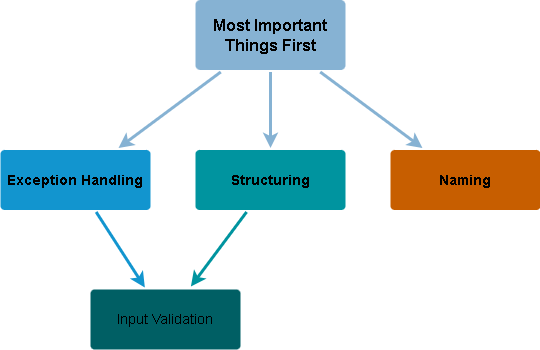
tbeckenhauer/tbeckenhauer.github.io keeps this draw.io diagram as _posts/_general_advice/most-important-things-first.png. Above is the earlier version. Source tidied: cells renumbered, new cells last; positions are measured from the earlier drawing's top-left corner, leaving out a move shared by most shapes. Its diagram source:
```xml
<mxGraphModel>
  <root>
    <mxCell id="0" />
    <mxCell id="1" parent="0" />
    <mxCell id="2" style="edgeStyle=none;rounded=0;jumpStyle=none;html=1;shadow=0;labelBackgroundColor=none;startArrow=none;startFill=0;endArrow=classic;endFill=1;jettySize=auto;strokeColor=#2F5B7C;strokeWidth=3;fontFamily=Helvetica;fontSize=16;fontColor=#23445D;spacing=5;" parent="1" edge="1" source="5" target="9">
      <mxGeometry relative="1" as="geometry" />
    </mxCell>
    <mxCell id="3" style="edgeStyle=none;rounded=0;jumpStyle=none;html=1;shadow=0;labelBackgroundColor=none;startArrow=none;startFill=0;endArrow=classic;endFill=1;jettySize=auto;strokeColor=#2F5B7C;strokeWidth=3;fontFamily=Helvetica;fontSize=16;fontColor=#23445D;spacing=5;" parent="1" edge="1" source="5" target="10">
      <mxGeometry relative="1" as="geometry" />
    </mxCell>
    <mxCell id="4" style="edgeStyle=none;rounded=0;jumpStyle=none;html=1;shadow=0;labelBackgroundColor=none;startArrow=none;startFill=0;endArrow=classic;endFill=1;jettySize=auto;strokeColor=#2F5B7C;strokeWidth=3;fontFamily=Helvetica;fontSize=16;fontColor=#23445D;spacing=5;" parent="1" edge="1" source="5" target="7">
      <mxGeometry relative="1" as="geometry" />
    </mxCell>
    <mxCell id="5" value="Most Important Things First" style="rounded=1;whiteSpace=wrap;html=1;shadow=0;labelBackgroundColor=none;strokeColor=none;strokeWidth=3;fillColor=#2F5B7C;fontFamily=Helvetica;fontSize=16;fontColor=#FFFFFF;align=center;fontStyle=1;spacing=5;arcSize=7;perimeterSpacing=2;" parent="1" vertex="1">
      <mxGeometry x="195" y="0.5" width="150" height="70" as="geometry" />
    </mxCell>
    <mxCell id="6" style="edgeStyle=none;rounded=0;jumpStyle=none;html=1;shadow=0;labelBackgroundColor=none;startArrow=none;startFill=0;endArrow=classic;endFill=1;jettySize=auto;strokeColor=#1699D3;strokeWidth=3;fontFamily=Helvetica;fontSize=14;fontColor=#FFFFFF;spacing=5;" parent="1" edge="1" source="7" target="8">
      <mxGeometry relative="1" as="geometry" />
    </mxCell>
    <mxCell id="7" value="Exception Handling" style="rounded=1;whiteSpace=wrap;html=1;shadow=0;labelBackgroundColor=none;strokeColor=none;strokeWidth=3;fillColor=#1699d3;fontFamily=Helvetica;fontSize=14;fontColor=#FFFFFF;align=center;spacing=5;fontStyle=1;arcSize=7;perimeterSpacing=2;" parent="1" vertex="1">
      <mxGeometry y="150.5" width="150" height="60" as="geometry" />
    </mxCell>
    <mxCell id="8" value="Input Validation" style="rounded=1;whiteSpace=wrap;html=1;shadow=0;labelBackgroundColor=none;strokeColor=none;strokeWidth=3;fillColor=#4DDDE2;fontFamily=Helvetica;fontSize=14;fontColor=#FFFFFF;align=center;spacing=5;arcSize=7;perimeterSpacing=2;" parent="1" vertex="1">
      <mxGeometry x="90" y="290" width="150" height="60" as="geometry" />
    </mxCell>
    <mxCell id="9" value="Naming" style="rounded=1;whiteSpace=wrap;html=1;shadow=0;labelBackgroundColor=none;strokeColor=none;strokeWidth=3;fillColor=#F08705;fontFamily=Helvetica;fontSize=14;fontColor=#FFFFFF;align=center;spacing=5;fontStyle=1;arcSize=7;perimeterSpacing=2;" parent="1" vertex="1">
      <mxGeometry x="390" y="150.5" width="150" height="60" as="geometry" />
    </mxCell>
    <mxCell id="10" value="Structuring" style="rounded=1;whiteSpace=wrap;html=1;shadow=0;labelBackgroundColor=none;strokeColor=none;strokeWidth=3;fillColor=#12aab5;fontFamily=Helvetica;fontSize=14;fontColor=#FFFFFF;align=center;spacing=5;fontStyle=1;arcSize=7;perimeterSpacing=2;" parent="1" vertex="1">
      <mxGeometry x="195" y="150.5" width="150" height="60" as="geometry" />
    </mxCell>
    <mxCell id="11" style="edgeStyle=none;rounded=1;jumpStyle=none;html=1;shadow=0;labelBackgroundColor=none;startArrow=none;startFill=0;jettySize=auto;strokeColor=#12AAB5;strokeWidth=3;fontFamily=Helvetica;fontSize=14;fontColor=#FFFFFF;spacing=5;fontStyle=1;fillColor=#b0e3e6;entryX=0.665;entryY=-0.016;entryDx=0;entryDy=0;entryPerimeter=0;" parent="1" edge="1" source="10" target="8">
      <mxGeometry relative="1" as="geometry" />
    </mxCell>
  </root>
</mxGraphModel>
```
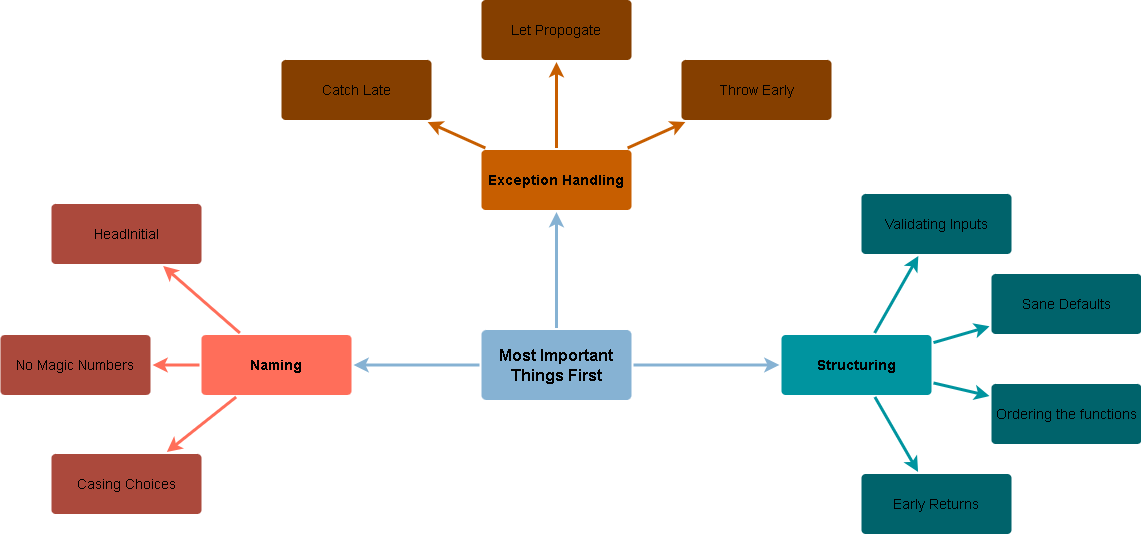
Above is the later version.

Diff of the diagram source:
```diff
@@ -8,29 +8,80 @@
     <mxCell id="3" style="edgeStyle=none;rounded=0;jumpStyle=none;html=1;shadow=0;labelBackgroundColor=none;startArrow=none;startFill=0;endArrow=classic;endFill=1;jettySize=auto;strokeColor=#2F5B7C;strokeWidth=3;fontFamily=Helvetica;fontSize=16;fontColor=#23445D;spacing=5;" parent="1" edge="1" source="5" target="10">
       <mxGeometry relative="1" as="geometry" />
     </mxCell>
-    <mxCell id="4" style="edgeStyle=none;rounded=0;jumpStyle=none;html=1;shadow=0;labelBackgroundColor=none;startArrow=none;startFill=0;endArrow=classic;endFill=1;jettySize=auto;strokeColor=#2F5B7C;strokeWidth=3;fontFamily=Helvetica;fontSize=16;fontColor=#23445D;spacing=5;" parent="1" edge="1" source="5" target="7">
-      <mxGeometry relative="1" as="geometry" />
-    </mxCell>
+    <mxCell id="12" style="edgeStyle=none;rounded=0;jumpStyle=none;html=1;shadow=0;labelBackgroundColor=none;startArrow=none;startFill=0;endArrow=classic;endFill=1;jettySize=auto;strokeColor=#2F5B7C;strokeWidth=3;fontFamily=Helvetica;fontSize=16;fontColor=#23445D;spacing=5;" parent="1" edge="1" source="5" target="16">
+      <mxGeometry relative="1" as="geometry" />
+    </mxCell>
     <mxCell id="5" value="Most Important Things First" style="rounded=1;whiteSpace=wrap;html=1;shadow=0;labelBackgroundColor=none;strokeColor=none;strokeWidth=3;fillColor=#2F5B7C;fontFamily=Helvetica;fontSize=16;fontColor=#FFFFFF;align=center;fontStyle=1;spacing=5;arcSize=7;perimeterSpacing=2;" parent="1" vertex="1">
-      <mxGeometry x="195" y="0.5" width="150" height="70" as="geometry" />
+      <mxGeometry x="185" y="0.5" width="150" height="70" as="geometry" />
     </mxCell>
-    <mxCell id="6" style="edgeStyle=none;rounded=0;jumpStyle=none;html=1;shadow=0;labelBackgroundColor=none;startArrow=none;startFill=0;endArrow=classic;endFill=1;jettySize=auto;strokeColor=#1699D3;strokeWidth=3;fontFamily=Helvetica;fontSize=14;fontColor=#FFFFFF;spacing=5;" parent="1" edge="1" source="7" target="8">
-      <mxGeometry relative="1" as="geometry" />
-    </mxCell>
-    <mxCell id="7" value="Exception Handling" style="rounded=1;whiteSpace=wrap;html=1;shadow=0;labelBackgroundColor=none;strokeColor=none;strokeWidth=3;fillColor=#1699d3;fontFamily=Helvetica;fontSize=14;fontColor=#FFFFFF;align=center;spacing=5;fontStyle=1;arcSize=7;perimeterSpacing=2;" parent="1" vertex="1">
-      <mxGeometry y="150.5" width="150" height="60" as="geometry" />
-    </mxCell>
-    <mxCell id="8" value="Input Validation" style="rounded=1;whiteSpace=wrap;html=1;shadow=0;labelBackgroundColor=none;strokeColor=none;strokeWidth=3;fillColor=#4DDDE2;fontFamily=Helvetica;fontSize=14;fontColor=#FFFFFF;align=center;spacing=5;arcSize=7;perimeterSpacing=2;" parent="1" vertex="1">
-      <mxGeometry x="90" y="290" width="150" height="60" as="geometry" />
-    </mxCell>
+    <mxCell id="13" style="edgeStyle=none;rounded=1;jumpStyle=none;html=1;shadow=0;labelBackgroundColor=none;startArrow=none;startFill=0;jettySize=auto;strokeColor=#E85642;strokeWidth=3;fontFamily=Helvetica;fontSize=14;fontColor=#FFFFFF;spacing=5;fontStyle=1;fillColor=#b0e3e6;" parent="1" edge="1" source="16" target="19">
+      <mxGeometry relative="1" as="geometry" />
+    </mxCell>
+    <mxCell id="14" style="edgeStyle=none;rounded=1;jumpStyle=none;html=1;shadow=0;labelBackgroundColor=none;startArrow=none;startFill=0;jettySize=auto;strokeColor=#E85642;strokeWidth=3;fontFamily=Helvetica;fontSize=14;fontColor=#FFFFFF;spacing=5;fontStyle=1;fillColor=#b0e3e6;" parent="1" edge="1" source="16" target="18">
+      <mxGeometry relative="1" as="geometry" />
+    </mxCell>
+    <mxCell id="15" style="edgeStyle=none;rounded=1;jumpStyle=none;html=1;shadow=0;labelBackgroundColor=none;startArrow=none;startFill=0;jettySize=auto;strokeColor=#E85642;strokeWidth=3;fontFamily=Helvetica;fontSize=14;fontColor=#FFFFFF;spacing=5;fontStyle=1;fillColor=#b0e3e6;" parent="1" edge="1" source="16" target="17">
+      <mxGeometry relative="1" as="geometry" />
+    </mxCell>
+    <mxCell id="16" value="Naming" style="rounded=1;whiteSpace=wrap;html=1;shadow=0;labelBackgroundColor=none;strokeColor=none;strokeWidth=3;fillColor=#e85642;fontFamily=Helvetica;fontSize=14;fontColor=#FFFFFF;align=center;spacing=5;fontStyle=1;arcSize=7;perimeterSpacing=2;" parent="1" vertex="1">
+      <mxGeometry x="-95" y="5.5" width="150" height="60" as="geometry" />
+    </mxCell>
+    <mxCell id="17" value="Casing Choices" style="rounded=1;whiteSpace=wrap;html=1;shadow=0;labelBackgroundColor=none;strokeColor=none;strokeWidth=3;fillColor=#f08e81;fontFamily=Helvetica;fontSize=14;fontColor=#FFFFFF;align=center;spacing=5;fontStyle=0;arcSize=7;perimeterSpacing=2;" parent="1" vertex="1">
+      <mxGeometry x="-245" y="124.5" width="150" height="60" as="geometry" />
+    </mxCell>
+    <mxCell id="18" value="No Magic Numbers" style="rounded=1;whiteSpace=wrap;html=1;shadow=0;labelBackgroundColor=none;strokeColor=none;strokeWidth=3;fillColor=#f08e81;fontFamily=Helvetica;fontSize=14;fontColor=#FFFFFF;align=center;spacing=5;fontStyle=0;arcSize=7;perimeterSpacing=2;" parent="1" vertex="1">
+      <mxGeometry x="-296" y="5.5" width="150" height="60" as="geometry" />
+    </mxCell>
+    <mxCell id="19" value="HeadInitial" style="rounded=1;whiteSpace=wrap;html=1;shadow=0;labelBackgroundColor=none;strokeColor=none;strokeWidth=3;fillColor=#f08e81;fontFamily=Helvetica;fontSize=14;fontColor=#FFFFFF;align=center;spacing=5;fontStyle=0;arcSize=7;perimeterSpacing=2;" parent="1" vertex="1">
+      <mxGeometry x="-245" y="-125.5" width="150" height="60" as="geometry" />
+    </mxCell>
-    <mxCell id="9" value="Naming" style="rounded=1;whiteSpace=wrap;html=1;shadow=0;labelBackgroundColor=none;strokeColor=none;strokeWidth=3;fillColor=#F08705;fontFamily=Helvetica;fontSize=14;fontColor=#FFFFFF;align=center;spacing=5;fontStyle=1;arcSize=7;perimeterSpacing=2;" parent="1" vertex="1">
-      <mxGeometry x="390" y="150.5" width="150" height="60" as="geometry" />
+    <mxCell id="9" value="Exception Handling" style="rounded=1;whiteSpace=wrap;html=1;shadow=0;labelBackgroundColor=none;strokeColor=none;strokeWidth=3;fillColor=#F08705;fontFamily=Helvetica;fontSize=14;fontColor=#FFFFFF;align=center;spacing=5;fontStyle=1;arcSize=7;perimeterSpacing=2;" parent="1" vertex="1">
+      <mxGeometry x="185" y="-179.5" width="150" height="60" as="geometry" />
     </mxCell>
+    <mxCell id="20" value="Throw Early" style="rounded=1;whiteSpace=wrap;html=1;shadow=0;labelBackgroundColor=none;strokeColor=none;strokeWidth=3;fillColor=#f5af58;fontFamily=Helvetica;fontSize=14;fontColor=#FFFFFF;align=center;spacing=5;arcSize=7;perimeterSpacing=2;" parent="1" vertex="1">
+      <mxGeometry x="385" y="-269.5" width="150" height="60" as="geometry" />
+    </mxCell>
+    <mxCell id="21" style="edgeStyle=none;rounded=0;jumpStyle=none;html=1;shadow=0;labelBackgroundColor=none;startArrow=none;startFill=0;endArrow=classic;endFill=1;jettySize=auto;strokeColor=#F08705;strokeWidth=3;fontFamily=Helvetica;fontSize=14;fontColor=#FFFFFF;spacing=5;" parent="1" edge="1" source="9" target="20">
+      <mxGeometry relative="1" as="geometry" />
+    </mxCell>
+    <mxCell id="22" value="Let Propogate" style="rounded=1;whiteSpace=wrap;html=1;shadow=0;labelBackgroundColor=none;strokeColor=none;strokeWidth=3;fillColor=#f5af58;fontFamily=Helvetica;fontSize=14;fontColor=#FFFFFF;align=center;spacing=5;arcSize=7;perimeterSpacing=2;" parent="1" vertex="1">
+      <mxGeometry x="185" y="-329.5" width="150" height="60" as="geometry" />
+    </mxCell>
+    <mxCell id="23" style="edgeStyle=none;rounded=0;jumpStyle=none;html=1;shadow=0;labelBackgroundColor=none;startArrow=none;startFill=0;endArrow=classic;endFill=1;jettySize=auto;strokeColor=#F08705;strokeWidth=3;fontFamily=Helvetica;fontSize=14;fontColor=#FFFFFF;spacing=5;" parent="1" edge="1" source="9" target="22">
+      <mxGeometry relative="1" as="geometry" />
+    </mxCell>
+    <mxCell id="24" value="Catch Late" style="rounded=1;whiteSpace=wrap;html=1;shadow=0;labelBackgroundColor=none;strokeColor=none;strokeWidth=3;fillColor=#f5af58;fontFamily=Helvetica;fontSize=14;fontColor=#FFFFFF;align=center;spacing=5;arcSize=7;perimeterSpacing=2;" parent="1" vertex="1">
+      <mxGeometry x="-15" y="-269.5" width="150" height="60" as="geometry" />
+    </mxCell>
+    <mxCell id="25" style="edgeStyle=none;rounded=0;jumpStyle=none;html=1;shadow=0;labelBackgroundColor=none;startArrow=none;startFill=0;endArrow=classic;endFill=1;jettySize=auto;strokeColor=#F08705;strokeWidth=3;fontFamily=Helvetica;fontSize=14;fontColor=#FFFFFF;spacing=5;" parent="1" edge="1" source="9" target="24">
+      <mxGeometry relative="1" as="geometry" />
+    </mxCell>
     <mxCell id="10" value="Structuring" style="rounded=1;whiteSpace=wrap;html=1;shadow=0;labelBackgroundColor=none;strokeColor=none;strokeWidth=3;fillColor=#12aab5;fontFamily=Helvetica;fontSize=14;fontColor=#FFFFFF;align=center;spacing=5;fontStyle=1;arcSize=7;perimeterSpacing=2;" parent="1" vertex="1">
-      <mxGeometry x="195" y="150.5" width="150" height="60" as="geometry" />
+      <mxGeometry x="485" y="5.5" width="150" height="60" as="geometry" />
     </mxCell>
+    <mxCell id="26" value="Early Returns" style="rounded=1;whiteSpace=wrap;html=1;shadow=0;labelBackgroundColor=none;strokeColor=none;strokeWidth=3;fillColor=#61c6ce;fontFamily=Helvetica;fontSize=14;fontColor=#FFFFFF;align=center;spacing=5;fontStyle=0;arcSize=7;perimeterSpacing=2;" parent="1" vertex="1">
+      <mxGeometry x="565" y="144.5" width="150" height="60" as="geometry" />
+    </mxCell>
-    <mxCell id="11" style="edgeStyle=none;rounded=1;jumpStyle=none;html=1;shadow=0;labelBackgroundColor=none;startArrow=none;startFill=0;jettySize=auto;strokeColor=#12AAB5;strokeWidth=3;fontFamily=Helvetica;fontSize=14;fontColor=#FFFFFF;spacing=5;fontStyle=1;fillColor=#b0e3e6;entryX=0.665;entryY=-0.016;entryDx=0;entryDy=0;entryPerimeter=0;" parent="1" edge="1" source="10" target="8">
+    <mxCell id="11" style="edgeStyle=none;rounded=1;jumpStyle=none;html=1;shadow=0;labelBackgroundColor=none;startArrow=none;startFill=0;jettySize=auto;strokeColor=#12AAB5;strokeWidth=3;fontFamily=Helvetica;fontSize=14;fontColor=#FFFFFF;spacing=5;fontStyle=1;fillColor=#b0e3e6;" parent="1" edge="1" source="10" target="26">
       <mxGeometry relative="1" as="geometry" />
     </mxCell>
+    <mxCell id="27" value="Ordering the functions" style="rounded=1;whiteSpace=wrap;html=1;shadow=0;labelBackgroundColor=none;strokeColor=none;strokeWidth=3;fillColor=#61c6ce;fontFamily=Helvetica;fontSize=14;fontColor=#FFFFFF;align=center;spacing=5;fontStyle=0;arcSize=7;perimeterSpacing=2;" parent="1" vertex="1">
+      <mxGeometry x="695" y="54.5" width="150" height="60" as="geometry" />
+    </mxCell>
+    <mxCell id="28" style="edgeStyle=none;rounded=1;jumpStyle=none;html=1;shadow=0;labelBackgroundColor=none;startArrow=none;startFill=0;jettySize=auto;strokeColor=#12AAB5;strokeWidth=3;fontFamily=Helvetica;fontSize=14;fontColor=#FFFFFF;spacing=5;fontStyle=1;fillColor=#b0e3e6;" parent="1" edge="1" source="10" target="27">
+      <mxGeometry relative="1" as="geometry" />
+    </mxCell>
+    <mxCell id="29" value="Sane Defaults" style="rounded=1;whiteSpace=wrap;html=1;shadow=0;labelBackgroundColor=none;strokeColor=none;strokeWidth=3;fillColor=#61c6ce;fontFamily=Helvetica;fontSize=14;fontColor=#FFFFFF;align=center;spacing=5;fontStyle=0;arcSize=7;perimeterSpacing=2;" parent="1" vertex="1">
+      <mxGeometry x="695" y="-55.5" width="150" height="60" as="geometry" />
+    </mxCell>
+    <mxCell id="30" style="edgeStyle=none;rounded=1;jumpStyle=none;html=1;shadow=0;labelBackgroundColor=none;startArrow=none;startFill=0;jettySize=auto;strokeColor=#12AAB5;strokeWidth=3;fontFamily=Helvetica;fontSize=14;fontColor=#FFFFFF;spacing=5;fontStyle=1;fillColor=#b0e3e6;" parent="1" edge="1" source="10" target="29">
+      <mxGeometry relative="1" as="geometry" />
+    </mxCell>
+    <mxCell id="31" value="Validating Inputs" style="rounded=1;whiteSpace=wrap;html=1;shadow=0;labelBackgroundColor=none;strokeColor=none;strokeWidth=3;fillColor=#61c6ce;fontFamily=Helvetica;fontSize=14;fontColor=#FFFFFF;align=center;spacing=5;fontStyle=0;arcSize=7;perimeterSpacing=2;" parent="1" vertex="1">
+      <mxGeometry x="565" y="-135.5" width="150" height="60" as="geometry" />
+    </mxCell>
+    <mxCell id="32" style="edgeStyle=none;rounded=1;jumpStyle=none;html=1;shadow=0;labelBackgroundColor=none;startArrow=none;startFill=0;jettySize=auto;strokeColor=#12AAB5;strokeWidth=3;fontFamily=Helvetica;fontSize=14;fontColor=#FFFFFF;spacing=5;fontStyle=1;fillColor=#b0e3e6;" parent="1" edge="1" source="10" target="31">
+      <mxGeometry relative="1" as="geometry" />
+    </mxCell>
   </root>
 </mxGraphModel>
```
